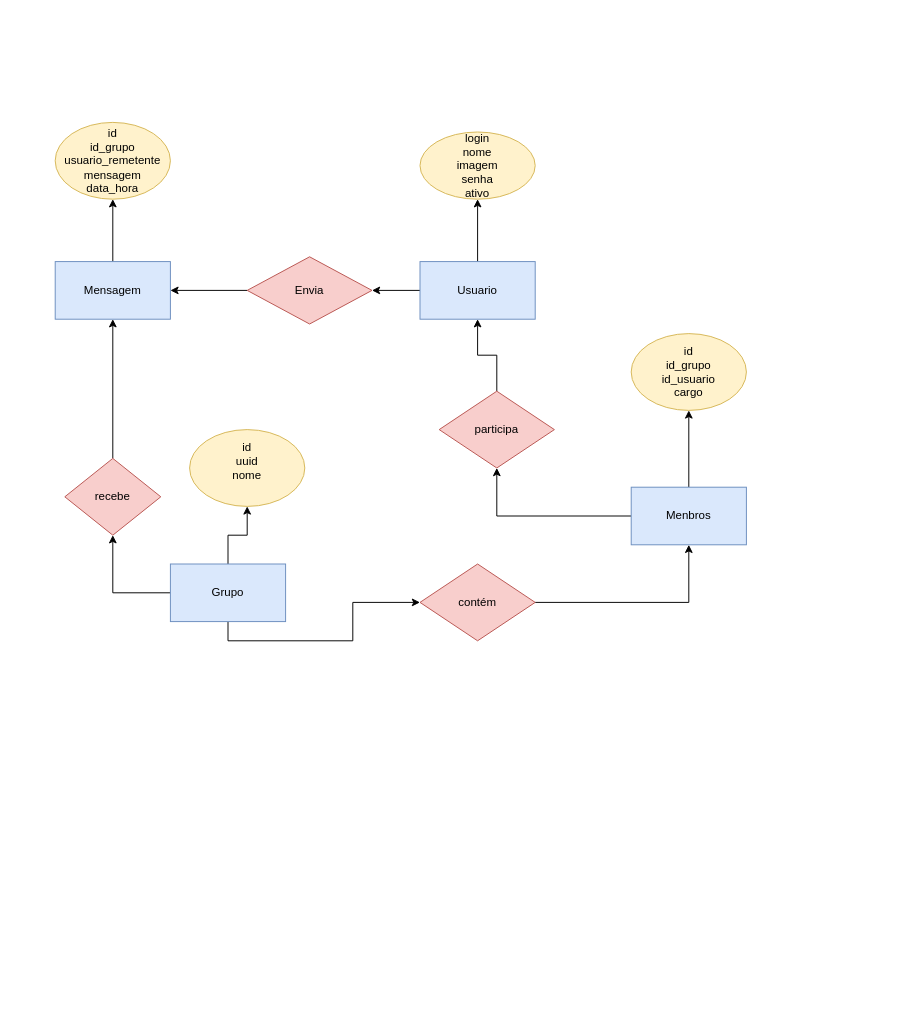
Before: projetos/minha_sala_meet/reactTS/DER.drawio in Vitin-Ps/meus_projetos, a draw.io diagram. Source tidied: cells renumbered, new cells numbered last; positions are measured from the earlier drawing's top-left corner, leaving out a move shared by most shapes. Both pictures are drawn from the tidied source at 96%, with x=0, y=0 at pixel (55, 122).
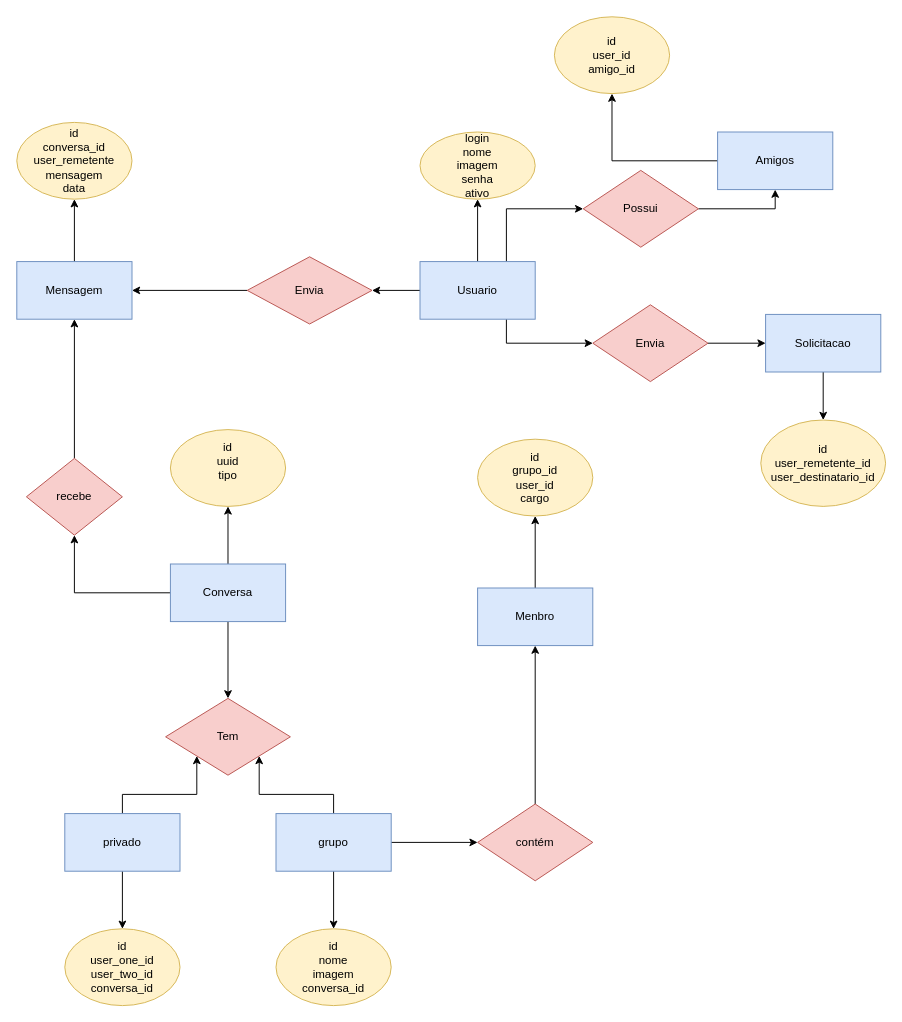
Above is the later version.

Unchanged cells that the change refers to:
```xml
<mxCell id="4" value="Usuario" style="rounded=0;whiteSpace=wrap;html=1;fillColor=#dae8fc;strokeColor=#6c8ebf;" parent="1" vertex="1">
  <mxGeometry x="380" y="145" width="120" height="60" as="geometry" />
</mxCell>
```

Diff of the diagram source:
```diff
@@
+    <mxCell id="26" style="edgeStyle=orthogonalEdgeStyle;rounded=0;jettySize=auto;html=1;exitX=0.75;exitY=0;exitDx=0;exitDy=0;entryX=0;entryY=0.5;entryDx=0;entryDy=0;" parent="1" edge="1" source="4" target="34">
+      <mxGeometry relative="1" as="geometry" />
+    </mxCell>
+    <mxCell id="27" style="edgeStyle=orthogonalEdgeStyle;rounded=0;jettySize=auto;html=1;exitX=0.75;exitY=1;exitDx=0;exitDy=0;" parent="1" edge="1" source="4" target="46">
+      <mxGeometry relative="1" as="geometry" />
+    </mxCell>
@@
     <mxCell id="6" value="Mensagem" style="rounded=0;whiteSpace=wrap;html=1;fillColor=#dae8fc;strokeColor=#6c8ebf;" parent="1" vertex="1">
-      <mxGeometry y="145" width="120" height="60" as="geometry" />
+      <mxGeometry x="-40" y="145" width="120" height="60" as="geometry" />
     </mxCell>
@@
-    <mxCell id="8" value="id&lt;div&gt;id_grupo&lt;/div&gt;&lt;div&gt;usuario_remetente&lt;/div&gt;&lt;div&gt;mensagem&lt;/div&gt;&lt;div&gt;data_hora&lt;/div&gt;" style="ellipse;whiteSpace=wrap;html=1;fillColor=#fff2cc;strokeColor=#d6b656;" parent="1" vertex="1">
-      <mxGeometry width="120" height="80" as="geometry" />
+    <mxCell id="8" value="id&lt;div&gt;conversa_id&lt;/div&gt;&lt;div&gt;user_remetente&lt;/div&gt;&lt;div&gt;mensagem&lt;/div&gt;&lt;div&gt;data&lt;/div&gt;" style="ellipse;whiteSpace=wrap;html=1;fillColor=#fff2cc;strokeColor=#d6b656;" parent="1" vertex="1">
+      <mxGeometry x="-40" width="120" height="80" as="geometry" />
     </mxCell>
@@
-    <mxCell id="12" style="edgeStyle=orthogonalEdgeStyle;rounded=0;jettySize=auto;html=1;entryX=0.5;entryY=1;entryDx=0;entryDy=0;exitX=0;exitY=0.5;exitDx=0;exitDy=0;" parent="1" edge="1" source="22" target="18">
-      <mxGeometry relative="1" as="geometry" />
-    </mxCell>
@@
-    <mxCell id="14" style="edgeStyle=orthogonalEdgeStyle;rounded=0;jettySize=auto;html=1;exitX=0.5;exitY=1;exitDx=0;exitDy=0;entryX=0;entryY=0.5;entryDx=0;entryDy=0;" parent="1" edge="1" source="15" target="24">
+    <mxCell id="14" style="edgeStyle=orthogonalEdgeStyle;rounded=0;jettySize=auto;html=1;exitX=1;exitY=0.5;exitDx=0;exitDy=0;entryX=0;entryY=0.5;entryDx=0;entryDy=0;" parent="1" edge="1" source="40" target="24">
       <mxGeometry relative="1" as="geometry" />
     </mxCell>
+    <mxCell id="28" style="edgeStyle=orthogonalEdgeStyle;rounded=0;jettySize=auto;html=1;" parent="1" edge="1" source="15" target="41">
+      <mxGeometry relative="1" as="geometry" />
+    </mxCell>
-    <mxCell id="15" value="Grupo" style="rounded=0;whiteSpace=wrap;html=1;fillColor=#dae8fc;strokeColor=#6c8ebf;" parent="1" vertex="1">
+    <mxCell id="15" value="Conversa" style="rounded=0;whiteSpace=wrap;html=1;fillColor=#dae8fc;strokeColor=#6c8ebf;" parent="1" vertex="1">
       <mxGeometry x="120" y="460" width="120" height="60" as="geometry" />
     </mxCell>
-    <mxCell id="16" value="id&lt;div&gt;uuid&lt;/div&gt;&lt;div&gt;nome&lt;/div&gt;&lt;div&gt;&lt;br&gt;&lt;/div&gt;" style="ellipse;whiteSpace=wrap;html=1;fillColor=#fff2cc;strokeColor=#d6b656;" parent="1" vertex="1">
-      <mxGeometry x="140" y="320" width="120" height="80" as="geometry" />
+    <mxCell id="16" value="id&lt;div&gt;uuid&lt;/div&gt;&lt;div&gt;tipo&lt;/div&gt;&lt;div&gt;&lt;br&gt;&lt;/div&gt;" style="ellipse;whiteSpace=wrap;html=1;fillColor=#fff2cc;strokeColor=#d6b656;" parent="1" vertex="1">
+      <mxGeometry x="120" y="320" width="120" height="80" as="geometry" />
     </mxCell>
-    <mxCell id="17" style="edgeStyle=orthogonalEdgeStyle;rounded=0;jettySize=auto;html=1;entryX=0.5;entryY=1;entryDx=0;entryDy=0;" parent="1" edge="1" source="18" target="4">
-      <mxGeometry relative="1" as="geometry" />
-    </mxCell>
-    <mxCell id="18" value="participa" style="rhombus;whiteSpace=wrap;html=1;fillColor=#f8cecc;strokeColor=#b85450;" parent="1" vertex="1">
-      <mxGeometry x="400" y="280" width="120" height="80" as="geometry" />
-    </mxCell>
@@
     <mxCell id="20" value="recebe" style="rhombus;whiteSpace=wrap;html=1;fillColor=#f8cecc;strokeColor=#b85450;" parent="1" vertex="1">
-      <mxGeometry x="10" y="350" width="100" height="80" as="geometry" />
+      <mxGeometry x="-30" y="350" width="100" height="80" as="geometry" />
     </mxCell>
@@
-    <mxCell id="22" value="Menbros" style="rounded=0;whiteSpace=wrap;html=1;fillColor=#dae8fc;strokeColor=#6c8ebf;" parent="1" vertex="1">
-      <mxGeometry x="600" y="380" width="120" height="60" as="geometry" />
+    <mxCell id="22" value="Menbro" style="rounded=0;whiteSpace=wrap;html=1;fillColor=#dae8fc;strokeColor=#6c8ebf;" parent="1" vertex="1">
+      <mxGeometry x="440" y="485" width="120" height="60" as="geometry" />
     </mxCell>
-    <mxCell id="23" style="edgeStyle=orthogonalEdgeStyle;rounded=0;jettySize=auto;html=1;exitX=1;exitY=0.5;exitDx=0;exitDy=0;" parent="1" edge="1" source="24" target="22">
+    <mxCell id="23" style="edgeStyle=orthogonalEdgeStyle;rounded=0;jettySize=auto;html=1;exitX=0.5;exitY=0;exitDx=0;exitDy=0;" parent="1" edge="1" source="24" target="22">
       <mxGeometry relative="1" as="geometry" />
     </mxCell>
     <mxCell id="24" value="contém" style="rhombus;whiteSpace=wrap;html=1;fillColor=#f8cecc;strokeColor=#b85450;" parent="1" vertex="1">
-      <mxGeometry x="380" y="460" width="120" height="80" as="geometry" />
+      <mxGeometry x="440" y="710" width="120" height="80" as="geometry" />
     </mxCell>
-    <mxCell id="25" value="id&lt;div&gt;id_grupo&lt;/div&gt;&lt;div&gt;id_usuario&lt;/div&gt;&lt;div&gt;cargo&lt;/div&gt;" style="ellipse;whiteSpace=wrap;html=1;fillColor=#fff2cc;strokeColor=#d6b656;" parent="1" vertex="1">
-      <mxGeometry x="600" y="220" width="120" height="80" as="geometry" />
+    <mxCell id="25" value="id&lt;div&gt;grupo_id&lt;/div&gt;&lt;div&gt;user_id&lt;/div&gt;&lt;div&gt;cargo&lt;/div&gt;" style="ellipse;whiteSpace=wrap;html=1;fillColor=#fff2cc;strokeColor=#d6b656;" parent="1" vertex="1">
+      <mxGeometry x="440" y="330" width="120" height="80" as="geometry" />
     </mxCell>
+    <mxCell id="29" style="edgeStyle=orthogonalEdgeStyle;rounded=0;jettySize=auto;html=1;entryX=0.5;entryY=1;entryDx=0;entryDy=0;" parent="1" edge="1" source="30" target="44">
+      <mxGeometry relative="1" as="geometry" />
+    </mxCell>
+    <mxCell id="30" value="Amigos" style="rounded=0;whiteSpace=wrap;html=1;fillColor=#dae8fc;strokeColor=#6c8ebf;" parent="1" vertex="1">
+      <mxGeometry x="690" y="10" width="120" height="60" as="geometry" />
+    </mxCell>
+    <mxCell id="31" style="edgeStyle=orthogonalEdgeStyle;rounded=0;jettySize=auto;html=1;entryX=0.5;entryY=0;entryDx=0;entryDy=0;" parent="1" edge="1" source="32" target="47">
+      <mxGeometry relative="1" as="geometry" />
+    </mxCell>
+    <mxCell id="32" value="Solicitacao" style="rounded=0;whiteSpace=wrap;html=1;fillColor=#dae8fc;strokeColor=#6c8ebf;" parent="1" vertex="1">
+      <mxGeometry x="740" y="200" width="120" height="60" as="geometry" />
+    </mxCell>
+    <mxCell id="33" style="edgeStyle=orthogonalEdgeStyle;rounded=0;jettySize=auto;html=1;entryX=0.5;entryY=1;entryDx=0;entryDy=0;" parent="1" edge="1" source="34" target="30">
+      <mxGeometry relative="1" as="geometry" />
+    </mxCell>
+    <mxCell id="34" value="Possui" style="rhombus;whiteSpace=wrap;html=1;fillColor=#f8cecc;strokeColor=#b85450;" parent="1" vertex="1">
+      <mxGeometry x="550" y="50" width="120" height="80" as="geometry" />
+    </mxCell>
+    <mxCell id="35" style="edgeStyle=orthogonalEdgeStyle;rounded=0;jettySize=auto;html=1;entryX=0;entryY=1;entryDx=0;entryDy=0;" parent="1" edge="1" source="37" target="41">
+      <mxGeometry relative="1" as="geometry" />
+    </mxCell>
+    <mxCell id="36" style="edgeStyle=orthogonalEdgeStyle;rounded=0;jettySize=auto;html=1;entryX=0.5;entryY=0;entryDx=0;entryDy=0;" parent="1" edge="1" source="37" target="42">
+      <mxGeometry relative="1" as="geometry" />
+    </mxCell>
+    <mxCell id="37" value="privado" style="rounded=0;whiteSpace=wrap;html=1;fillColor=#dae8fc;strokeColor=#6c8ebf;" parent="1" vertex="1">
+      <mxGeometry x="10" y="720" width="120" height="60" as="geometry" />
+    </mxCell>
+    <mxCell id="38" style="edgeStyle=orthogonalEdgeStyle;rounded=0;jettySize=auto;html=1;entryX=1;entryY=1;entryDx=0;entryDy=0;" parent="1" edge="1" source="40" target="41">
+      <mxGeometry relative="1" as="geometry" />
+    </mxCell>
+    <mxCell id="39" style="edgeStyle=orthogonalEdgeStyle;rounded=0;jettySize=auto;html=1;entryX=0.5;entryY=0;entryDx=0;entryDy=0;" parent="1" edge="1" source="40" target="43">
+      <mxGeometry relative="1" as="geometry" />
+    </mxCell>
+    <mxCell id="40" value="grupo" style="rounded=0;whiteSpace=wrap;html=1;fillColor=#dae8fc;strokeColor=#6c8ebf;" parent="1" vertex="1">
+      <mxGeometry x="230" y="720" width="120" height="60" as="geometry" />
+    </mxCell>
+    <mxCell id="41" value="Tem" style="rhombus;whiteSpace=wrap;html=1;fillColor=#f8cecc;strokeColor=#b85450;" parent="1" vertex="1">
+      <mxGeometry x="115" y="600" width="130" height="80" as="geometry" />
+    </mxCell>
+    <mxCell id="42" value="id&lt;br&gt;user_one_id&lt;br&gt;user_two_id&lt;br&gt;conversa_id" style="ellipse;whiteSpace=wrap;html=1;fillColor=#fff2cc;strokeColor=#d6b656;" parent="1" vertex="1">
+      <mxGeometry x="10" y="840" width="120" height="80" as="geometry" />
+    </mxCell>
+    <mxCell id="43" value="id&lt;br&gt;nome&lt;br&gt;imagem&lt;br&gt;conversa_id" style="ellipse;whiteSpace=wrap;html=1;fillColor=#fff2cc;strokeColor=#d6b656;" parent="1" vertex="1">
+      <mxGeometry x="230" y="840" width="120" height="80" as="geometry" />
+    </mxCell>
+    <mxCell id="44" value="id&lt;br&gt;user_id&lt;br&gt;amigo_id" style="ellipse;whiteSpace=wrap;html=1;fillColor=#fff2cc;strokeColor=#d6b656;" parent="1" vertex="1">
+      <mxGeometry x="520" y="-110" width="120" height="80" as="geometry" />
+    </mxCell>
+    <mxCell id="45" style="edgeStyle=orthogonalEdgeStyle;rounded=0;jettySize=auto;html=1;" parent="1" edge="1" source="46" target="32">
+      <mxGeometry relative="1" as="geometry" />
+    </mxCell>
+    <mxCell id="46" value="Envia" style="rhombus;whiteSpace=wrap;html=1;fillColor=#f8cecc;strokeColor=#b85450;" parent="1" vertex="1">
+      <mxGeometry x="560" y="190" width="120" height="80" as="geometry" />
+    </mxCell>
+    <mxCell id="47" value="id&lt;br&gt;user_remetente_id&lt;br&gt;user_destinatario_id" style="ellipse;whiteSpace=wrap;html=1;fillColor=#fff2cc;strokeColor=#d6b656;" parent="1" vertex="1">
+      <mxGeometry x="735" y="310" width="130" height="90" as="geometry" />
+    </mxCell>
```
